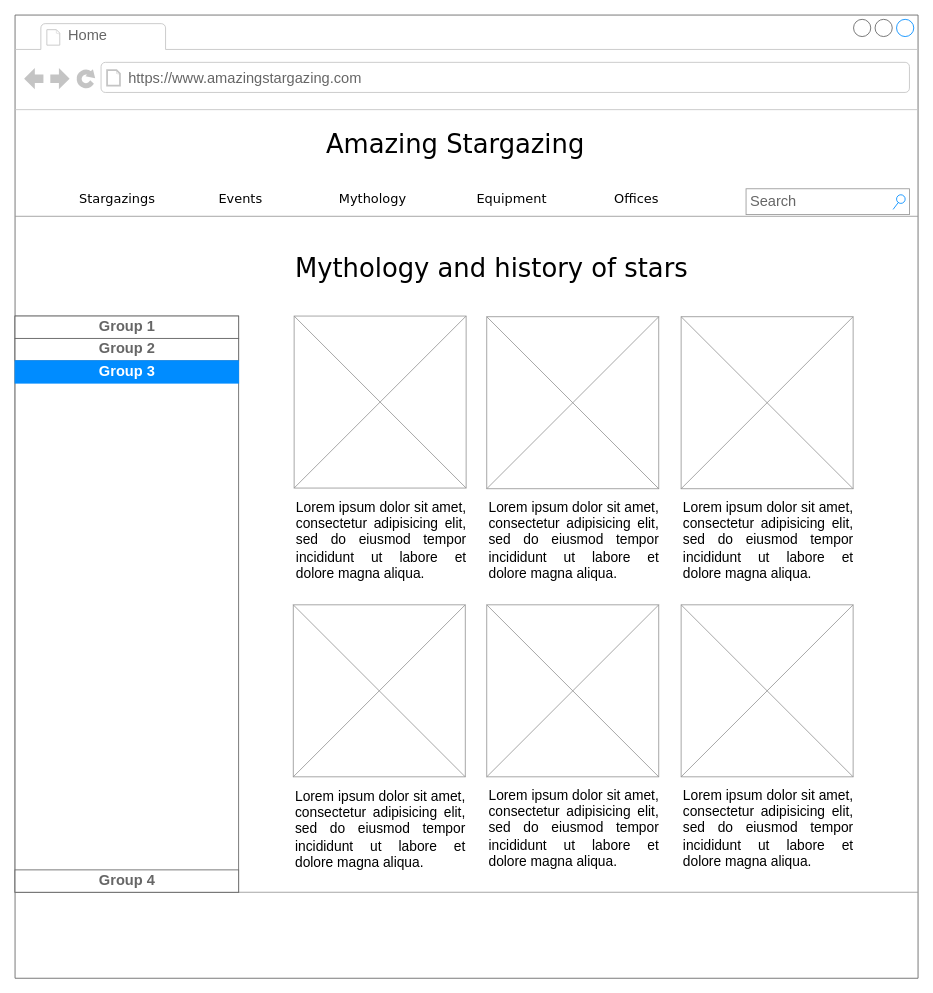
Earlier version of the draw.io diagram page "Content index" (2 of 11) of Amazing_stargazing.drawio (celia10335/Disenyo-interfaces). Source tidied: cells renumbered, new cells numbered last; positions are measured from the earlier drawing's top-left corner, leaving out a move shared by most shapes. Both pictures are drawn from the tidied source at 86%, with x=0, y=0 at pixel (15, 15).
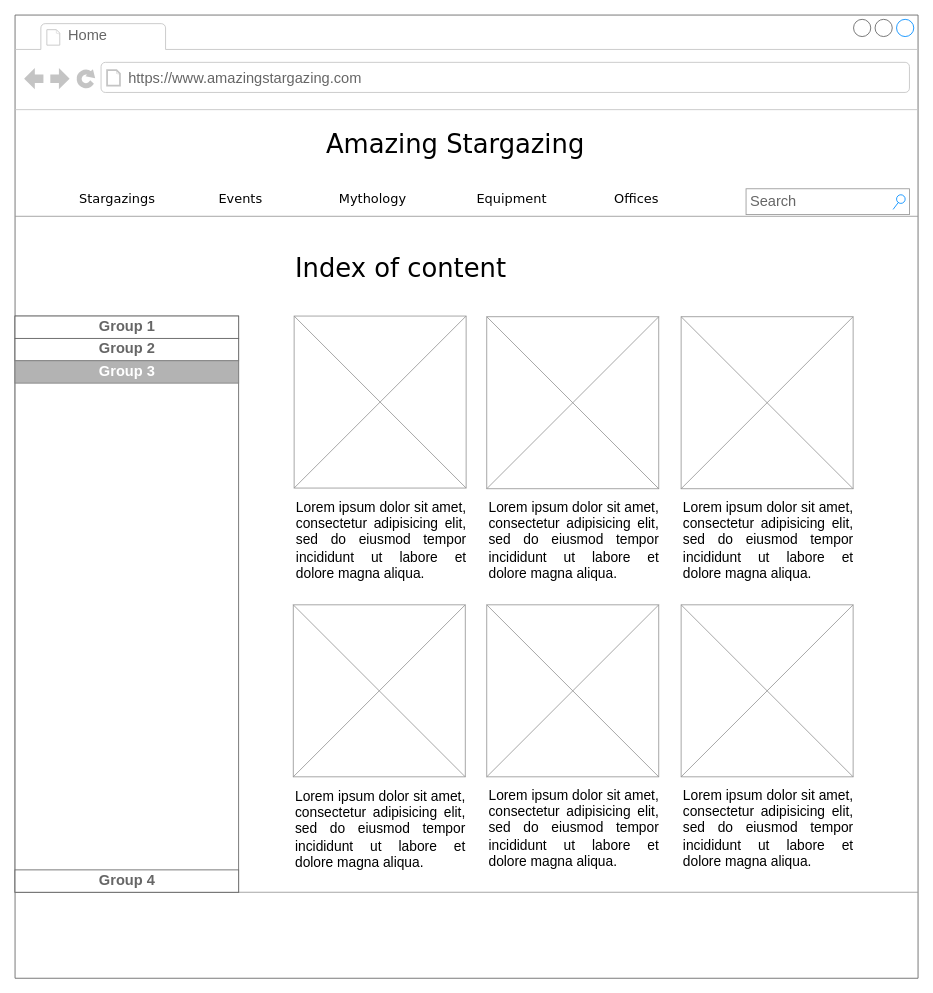
After the change.

Unchanged cells that the change refers to:
```xml
<mxCell id="2" style="strokeWidth=1;shadow=0;dashed=0;align=center;html=1;shape=mxgraph.mockup.containers.browserWindow;rSize=0;strokeColor=#666666;mainText=,;rounded=0;labelBackgroundColor=none;fontFamily=Verdana;fontSize=12;" parent="1" vertex="1">
  <mxGeometry width="1050" height="1120" as="geometry" />
</mxCell>
<mxCell id="15" style="strokeWidth=1;shadow=0;dashed=0;align=center;html=1;shape=mxgraph.mockup.containers.rrect;rSize=0;strokeColor=#666666;fontColor=#46495D;fillColor=#FFFFFF;" parent="2" vertex="1">
  <mxGeometry y="350" width="260" height="670" as="geometry" />
</mxCell>
```

The edit, as a diff of the source:
```diff
@@
-    <mxCell id="18" value="Group 3" style="strokeWidth=1;shadow=0;dashed=0;align=center;html=1;shape=mxgraph.mockup.containers.rrect;rSize=0;fontSize=17;fontColor=#ffffff;fontStyle=1;fillColor=#008cff;strokeColor=#008cff;" parent="15" vertex="1">
+    <mxCell id="18" value="Group 3" style="strokeWidth=1;shadow=0;dashed=0;align=center;html=1;shape=mxgraph.mockup.containers.rrect;rSize=0;fontSize=17;fontColor=#ffffff;fontStyle=1;fillColor=#B3B3B3;strokeColor=#808080;" parent="15" vertex="1">
       <mxGeometry width="260" height="26" relative="1" as="geometry">
         <mxPoint y="52" as="offset" />
       </mxGeometry>
     </mxCell>
@@
-    <mxCell id="32" value="Mythology and history of stars" style="text;html=1;align=left;verticalAlign=top;spacingTop=-4;fontSize=30;fontFamily=Verdana;" parent="2" vertex="1">
+    <mxCell id="32" value="Index of content" style="text;html=1;align=left;verticalAlign=top;spacingTop=-4;fontSize=30;fontFamily=Verdana;" parent="2" vertex="1">
       <mxGeometry x="323.5" y="274" width="500" height="50" as="geometry" />
     </mxCell>
```
